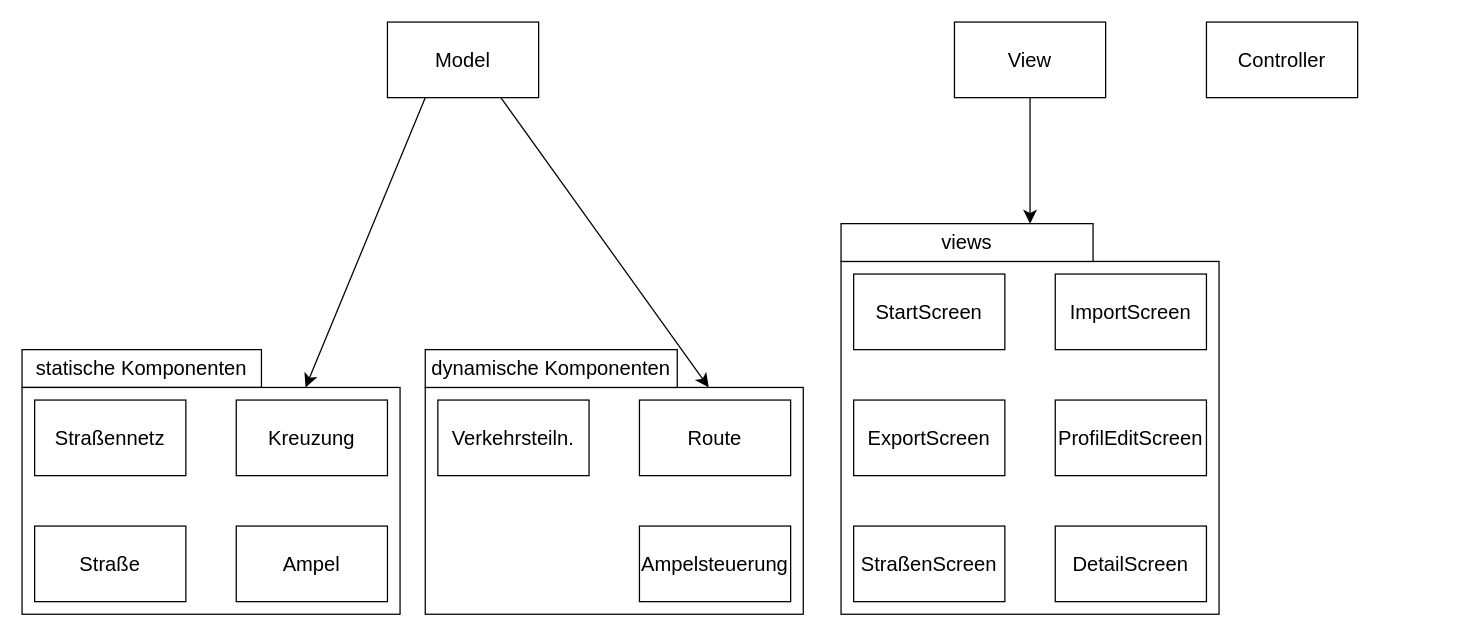
Above: arch/packages.drawio in KlnSdr/softwaretechnik_gruppeF (draw.io), before the change. Source tidied: cells renumbered, new cells numbered last; positions are measured from the earlier drawing's top-left corner, leaving out a move shared by most shapes. Both pictures are drawn from the tidied source at 126%, with x=0, y=0 at pixel (21, 21).
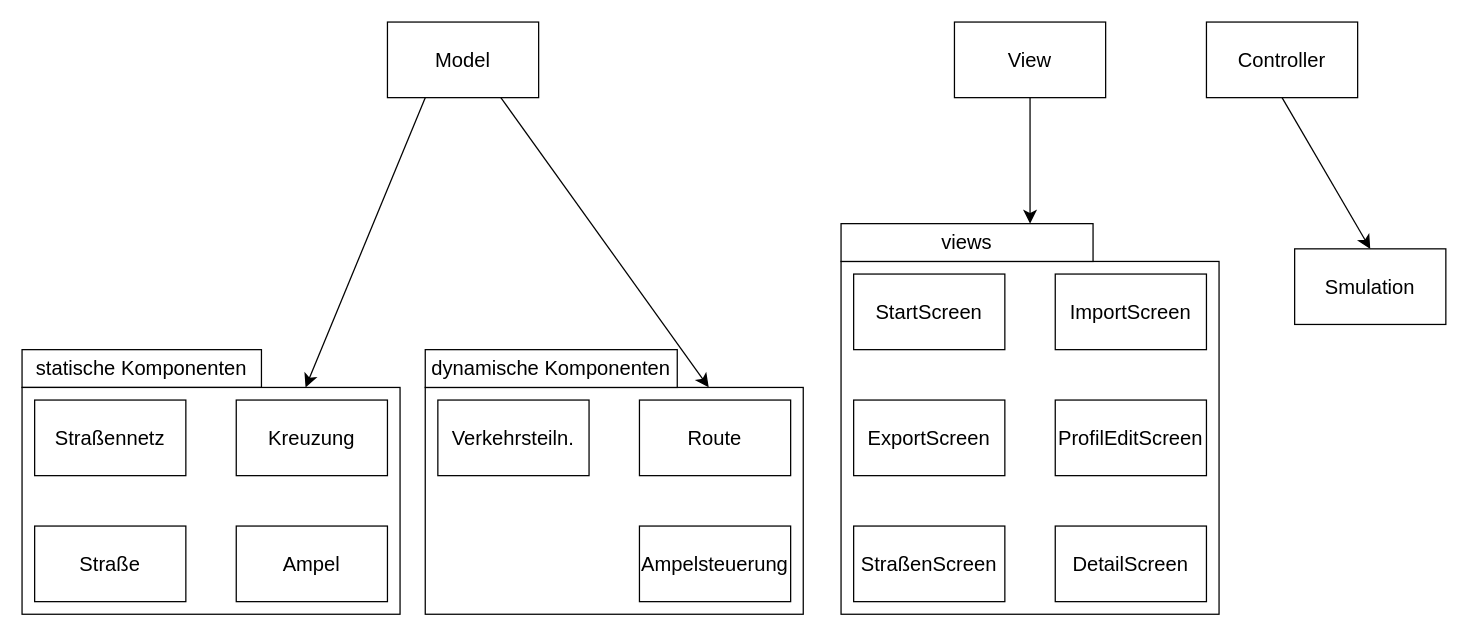
Above is the later version.

Commit message:
add simulation to controllwe

The change refers to these unchanged cells:
```xml
<mxCell id="10" value="Controller" style="rounded=0;whiteSpace=wrap;html=1;fontSize=16;" parent="1" vertex="1">
  <mxGeometry x="940" width="120" height="60" as="geometry" />
</mxCell>
```

Change to the diagram source:
```diff
@@
+    <mxCell id="30" style="edgeStyle=none;curved=1;rounded=0;jettySize=auto;html=1;exitX=0.5;exitY=1;exitDx=0;exitDy=0;entryX=0.5;entryY=0;entryDx=0;entryDy=0;fontSize=12;startSize=8;endSize=8;" parent="1" edge="1" source="10" target="31">
+      <mxGeometry relative="1" as="geometry" />
+    </mxCell>
@@
+    <mxCell id="31" value="Smulation" style="rounded=0;whiteSpace=wrap;html=1;fontSize=16;" parent="1" vertex="1">
+      <mxGeometry x="1010" y="180" width="120" height="60" as="geometry" />
+    </mxCell>
```
